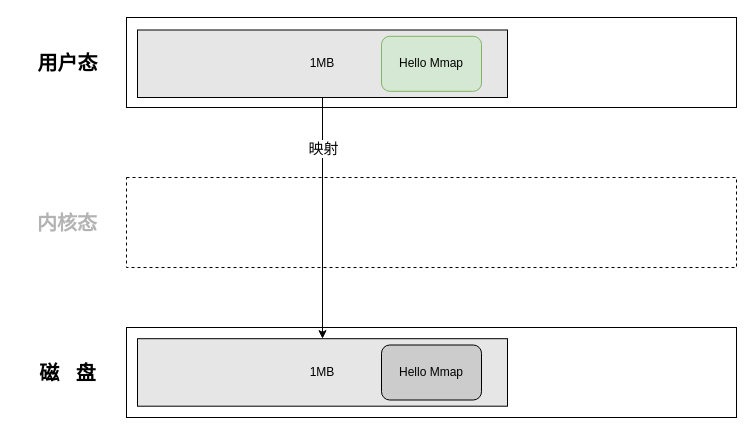
The draw.io diagram files/mmap基本原理.drawio in liqianggh/liqiang-leaning, before the edit. Source tidied: cells renumbered, new cells numbered last; positions are measured from the earlier drawing's top-left corner, leaving out a move shared by most shapes. Both pictures are drawn from the tidied source at 100%, with x=0, y=0 at pixel (17, 17).
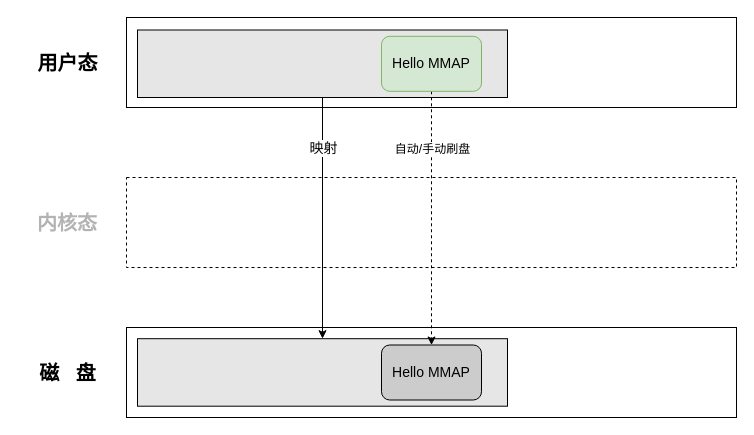
The same page after the edit.

The edit, as a diff of the source:
```diff
@@
 <mxGraphModel>
   <root>
     <mxCell id="0" />
     <mxCell id="1" parent="0" />
     <mxCell id="2" style="rounded=0;whiteSpace=wrap;html=1;sketch=0;dashed=1;" parent="1" vertex="1">
       <mxGeometry x="109" y="160" width="610" height="90" as="geometry" />
     </mxCell>
     <mxCell id="3" style="rounded=0;whiteSpace=wrap;html=1;sketch=0;" parent="1" vertex="1">
       <mxGeometry x="109" y="310" width="610" height="90" as="geometry" />
     </mxCell>
-    <mxCell id="4" value="1MB" style="rounded=0;whiteSpace=wrap;html=1;fillColor=#E6E6E6;" parent="1" vertex="1">
+    <mxCell id="4" style="rounded=0;whiteSpace=wrap;html=1;fillColor=#E6E6E6;" parent="1" vertex="1">
       <mxGeometry x="120" y="321.2" width="370" height="67.5" as="geometry" />
     </mxCell>
     <mxCell id="5" style="rounded=0;whiteSpace=wrap;html=1;sketch=0;" parent="1" vertex="1">
       <mxGeometry x="109" width="610" height="90" as="geometry" />
     </mxCell>
     <mxCell id="6" style="edgeStyle=orthogonalEdgeStyle;rounded=0;jettySize=auto;html=1;exitX=0.5;exitY=1;exitDx=0;exitDy=0;" parent="1" edge="1" source="8" target="4">
       <mxGeometry relative="1" as="geometry" />
     </mxCell>
-    <mxCell id="7" value="&lt;font style=&quot;font-size: 15px&quot;&gt;映射&lt;/font&gt;" style="edgeLabel;html=1;align=center;verticalAlign=middle;" parent="6" vertex="1">
+    <mxCell id="7" value="&lt;font style=&quot;font-size: 14px&quot;&gt;映射&lt;/font&gt;" style="edgeLabel;html=1;align=center;verticalAlign=middle;" parent="6" vertex="1">
       <mxGeometry x="-0.67" relative="1" as="geometry">
         <mxPoint y="10" as="offset" />
       </mxGeometry>
     </mxCell>
-    <mxCell id="8" value="1MB" style="rounded=0;whiteSpace=wrap;html=1;fillColor=#E6E6E6;" parent="1" vertex="1">
+    <mxCell id="8" style="rounded=0;whiteSpace=wrap;html=1;fillColor=#E6E6E6;" parent="1" vertex="1">
       <mxGeometry x="120" y="12.5" width="370" height="67.5" as="geometry" />
     </mxCell>
     <mxCell id="9" value="&lt;font style=&quot;font-size: 20px&quot;&gt;用户态&lt;/font&gt;" style="text;strokeColor=none;fillColor=none;html=1;fontSize=24;fontStyle=1;verticalAlign=middle;align=center;rounded=0;sketch=0;" parent="1" vertex="1">
       <mxGeometry y="25" width="100" height="40" as="geometry" />
     </mxCell>
     <mxCell id="10" value="&lt;font style=&quot;font-size: 20px&quot; color=&quot;#b3b3b3&quot;&gt;内核态&lt;/font&gt;" style="text;strokeColor=none;fillColor=none;html=1;fontSize=24;fontStyle=1;verticalAlign=middle;align=center;rounded=0;sketch=0;dashed=1;horizontal=1;whiteSpace=wrap;" parent="1" vertex="1">
       <mxGeometry y="185" width="100" height="40" as="geometry" />
     </mxCell>
     <mxCell id="11" value="&lt;font style=&quot;font-size: 20px&quot;&gt;磁&amp;nbsp; &amp;nbsp;盘&lt;/font&gt;" style="text;strokeColor=none;fillColor=none;html=1;fontSize=24;fontStyle=1;verticalAlign=middle;align=center;rounded=0;sketch=0;" parent="1" vertex="1">
       <mxGeometry y="335" width="100" height="40" as="geometry" />
     </mxCell>
+    <mxCell id="14" style="edgeStyle=orthogonalEdgeStyle;rounded=0;jettySize=auto;html=1;exitX=0.5;exitY=1;exitDx=0;exitDy=0;entryX=0.5;entryY=0;entryDx=0;entryDy=0;dashed=1;" parent="1" edge="1" source="12" target="13">
+      <mxGeometry relative="1" as="geometry" />
+    </mxCell>
+    <mxCell id="15" value="&lt;font style=&quot;font-size: 12px&quot;&gt;自动/手动刷盘&lt;/font&gt;" style="edgeLabel;html=1;align=center;verticalAlign=middle;" parent="14" vertex="1">
+      <mxGeometry x="-0.6" y="2" relative="1" as="geometry">
+        <mxPoint x="-2" y="6.2" as="offset" />
+      </mxGeometry>
+    </mxCell>
-    <mxCell id="12" value="Hello Mmap" style="rounded=1;whiteSpace=wrap;html=1;sketch=0;fillColor=#d5e8d4;strokeColor=#82b366;" parent="1" vertex="1">
+    <mxCell id="12" value="&lt;font style=&quot;font-size: 14px&quot;&gt;Hello MMAP&lt;/font&gt;" style="rounded=1;whiteSpace=wrap;html=1;sketch=0;fillColor=#d5e8d4;strokeColor=#82b366;" parent="1" vertex="1">
       <mxGeometry x="364" y="18.8" width="100" height="55" as="geometry" />
     </mxCell>
-    <mxCell id="13" value="Hello Mmap" style="rounded=1;whiteSpace=wrap;html=1;sketch=0;fillColor=#CCCCCC;" parent="1" vertex="1">
+    <mxCell id="13" value="&lt;font style=&quot;font-size: 14px&quot;&gt;Hello MMAP&lt;/font&gt;" style="rounded=1;whiteSpace=wrap;html=1;sketch=0;fillColor=#CCCCCC;" parent="1" vertex="1">
       <mxGeometry x="364" y="327.5" width="100" height="55" as="geometry" />
     </mxCell>
   </root>
 </mxGraphModel>
```
